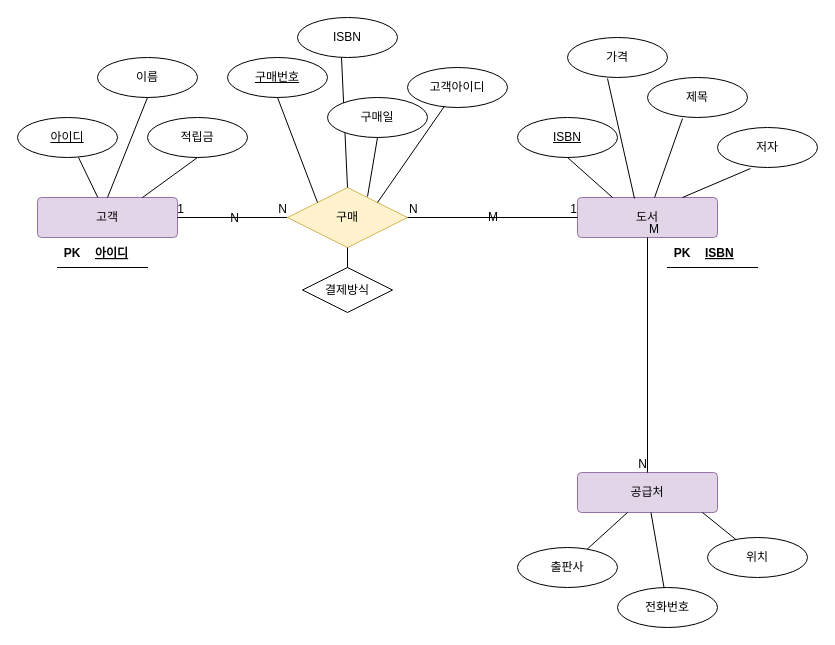
Above: 도서구매.drawio in ChuHyeonJeong75/Reservation (draw.io), before the change. Source tidied: cells renumbered, new cells numbered last; positions are measured from the earlier drawing's top-left corner, leaving out a move shared by most shapes. Both pictures are drawn from the tidied source at 100%, with x=0, y=0 at pixel (17, 17).
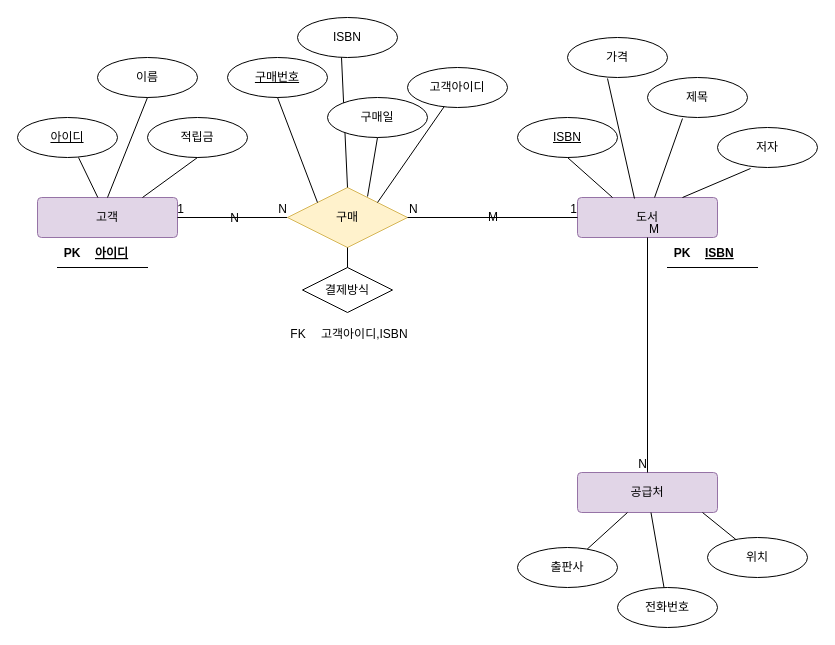
After the change.

Commit message (it also covers changes not shown here):
도서구매.drawio 업데이트

The edit, as a diff of the source:
```diff
@@
+    <mxCell id="55" style="shape=table;startSize=0;childLayout=tableLayout;rowLines=0;fontStyle=0;align=center;strokeColor=none;fillColor=none;" parent="1" vertex="1">
+      <mxGeometry x="266" y="301" width="138" height="30" as="geometry" />
+    </mxCell>
+    <mxCell id="56" style="shape=tableRow;horizontal=0;startSize=0;swimlaneHead=0;swimlaneBody=0;fillColor=none;top=0;left=0;right=0;bottom=0;" parent="55" vertex="1">
+      <mxGeometry width="138" height="30" as="geometry" />
+    </mxCell>
+    <mxCell id="57" value="FK" style="shape=partialRectangle;fillColor=none;top=0;left=0;bottom=0;right=0;fontStyle=0;overflow=hidden;" parent="56" vertex="1">
+      <mxGeometry width="30" height="30" as="geometry" />
+    </mxCell>
+    <mxCell id="58" value="고객아이디,ISBN" style="shape=partialRectangle;fillColor=none;top=0;left=0;bottom=0;right=0;align=left;spacingLeft=6;fontStyle=0;overflow=hidden;" parent="56" vertex="1">
+      <mxGeometry x="30" width="108" height="30" as="geometry" />
+    </mxCell>
```
